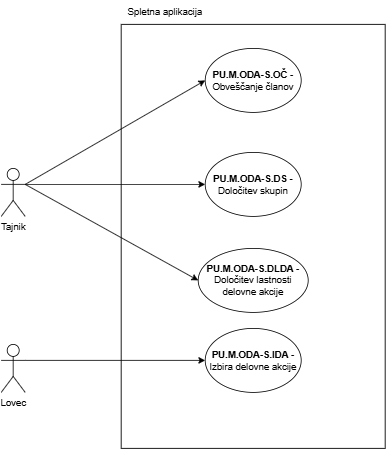
Earlier version of the draw.io export Organiziranje delovnih akcij-Spletna aplikacija.drawio.png (ErnestISv/Lovstvo). Source tidied: cells renumbered, new cells last; positions are measured from the earlier drawing's top-left corner, leaving out a move shared by most shapes. Source of this version:
```xml
<mxGraphModel>
  <root>
    <mxCell id="0" />
    <mxCell id="1" parent="0" />
    <mxCell id="2" style="rounded=0;whiteSpace=wrap;html=1;" parent="1" vertex="1">
      <mxGeometry x="150" y="30" width="330" height="530" as="geometry" />
    </mxCell>
    <mxCell id="3" value="Spletna aplikacija" style="text;html=1;align=center;verticalAlign=middle;whiteSpace=wrap;rounded=0;" parent="1" vertex="1">
      <mxGeometry x="150" width="110" height="30" as="geometry" />
    </mxCell>
    <mxCell id="4" value="&lt;b&gt;PU.M.ODA-S.IDA -&lt;/b&gt; Izbira delovne akcije" style="ellipse;whiteSpace=wrap;html=1;" parent="1" vertex="1">
      <mxGeometry x="255" y="410" width="120" height="80" as="geometry" />
    </mxCell>
    <mxCell id="5" value="&lt;b&gt;PU.M.ODA-S.DLDA -&lt;/b&gt; Določitev lastnosti delovne akcije" style="ellipse;whiteSpace=wrap;html=1;" parent="1" vertex="1">
      <mxGeometry x="246.2" y="310" width="137.5" height="80" as="geometry" />
    </mxCell>
    <mxCell id="6" value="&lt;b&gt;PU.M.ODA-S.DS -&lt;/b&gt; Določitev skupin" style="ellipse;whiteSpace=wrap;html=1;" parent="1" vertex="1">
      <mxGeometry x="255" y="190" width="120" height="80" as="geometry" />
    </mxCell>
    <mxCell id="7" value="&lt;b&gt;PU.M.ODA-S.OČ -&lt;/b&gt; Obveščanje članov" style="ellipse;whiteSpace=wrap;html=1;" parent="1" vertex="1">
      <mxGeometry x="255" y="60" width="120" height="80" as="geometry" />
    </mxCell>
    <mxCell id="8" value="Lovec" style="shape=umlActor;verticalLabelPosition=bottom;verticalAlign=top;html=1;outlineConnect=0;" parent="1" vertex="1">
      <mxGeometry y="430" width="30" height="60" as="geometry" />
    </mxCell>
    <mxCell id="9" style="endArrow=classic;html=1;rounded=0;exitX=1;exitY=0.3333333333333333;exitDx=0;exitDy=0;exitPerimeter=0;entryX=0;entryY=0.5;entryDx=0;entryDy=0;" parent="1" edge="1" source="8" target="4">
      <mxGeometry relative="1" as="geometry" />
    </mxCell>
    <mxCell id="10" value="Tajnik" style="shape=umlActor;verticalLabelPosition=bottom;verticalAlign=top;html=1;outlineConnect=0;" parent="1" vertex="1">
      <mxGeometry y="210" width="30" height="60" as="geometry" />
    </mxCell>
    <mxCell id="11" style="endArrow=classic;html=1;rounded=0;exitX=1;exitY=0.3333333333333333;exitDx=0;exitDy=0;exitPerimeter=0;entryX=0;entryY=0.5;entryDx=0;entryDy=0;" parent="1" edge="1" source="10" target="7">
      <mxGeometry relative="1" as="geometry" />
    </mxCell>
    <mxCell id="12" style="endArrow=classic;html=1;rounded=0;exitX=1;exitY=0.3333333333333333;exitDx=0;exitDy=0;exitPerimeter=0;entryX=0;entryY=0.5;entryDx=0;entryDy=0;" parent="1" edge="1" source="10" target="6">
      <mxGeometry relative="1" as="geometry" />
    </mxCell>
    <mxCell id="13" style="endArrow=classic;html=1;rounded=0;exitX=1;exitY=0.3333333333333333;exitDx=0;exitDy=0;exitPerimeter=0;entryX=0;entryY=0.5;entryDx=0;entryDy=0;" parent="1" edge="1" source="10" target="5">
      <mxGeometry relative="1" as="geometry" />
    </mxCell>
  </root>
</mxGraphModel>
```
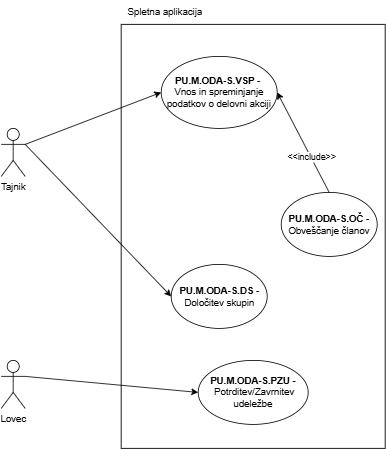
Above is the later version.

Diff of the diagram source:
```diff
@@ -8,35 +8,38 @@
     <mxCell id="3" value="Spletna aplikacija" style="text;html=1;align=center;verticalAlign=middle;whiteSpace=wrap;rounded=0;" parent="1" vertex="1">
       <mxGeometry x="150" width="110" height="30" as="geometry" />
     </mxCell>
-    <mxCell id="4" value="&lt;b&gt;PU.M.ODA-S.IDA -&lt;/b&gt; Izbira delovne akcije" style="ellipse;whiteSpace=wrap;html=1;" parent="1" vertex="1">
-      <mxGeometry x="255" y="410" width="120" height="80" as="geometry" />
+    <mxCell id="4" value="&lt;b&gt;PU.M.ODA-S.VSP -&amp;nbsp;&lt;/b&gt;&lt;div&gt;Vnos in spreminjanje podatkov o delovni akciji&lt;/div&gt;" style="ellipse;whiteSpace=wrap;html=1;" parent="1" vertex="1">
+      <mxGeometry x="200" y="70" width="145" height="90" as="geometry" />
     </mxCell>
-    <mxCell id="5" value="&lt;b&gt;PU.M.ODA-S.DLDA -&lt;/b&gt; Določitev lastnosti delovne akcije" style="ellipse;whiteSpace=wrap;html=1;" parent="1" vertex="1">
-      <mxGeometry x="246.2" y="310" width="137.5" height="80" as="geometry" />
+    <mxCell id="5" value="&lt;b&gt;PU.M.ODA-S.PZU -&lt;/b&gt;&amp;nbsp;Potrditev/Zavrnitev udeležbe" style="ellipse;whiteSpace=wrap;html=1;" parent="1" vertex="1">
+      <mxGeometry x="246.2" y="450" width="137.5" height="80" as="geometry" />
     </mxCell>
     <mxCell id="6" value="&lt;b&gt;PU.M.ODA-S.DS -&lt;/b&gt; Določitev skupin" style="ellipse;whiteSpace=wrap;html=1;" parent="1" vertex="1">
-      <mxGeometry x="255" y="190" width="120" height="80" as="geometry" />
+      <mxGeometry x="212.5" y="330" width="120" height="80" as="geometry" />
     </mxCell>
     <mxCell id="7" value="&lt;b&gt;PU.M.ODA-S.OČ -&lt;/b&gt; Obveščanje članov" style="ellipse;whiteSpace=wrap;html=1;" parent="1" vertex="1">
-      <mxGeometry x="255" y="60" width="120" height="80" as="geometry" />
+      <mxGeometry x="350" y="240" width="120" height="80" as="geometry" />
     </mxCell>
-    <mxCell id="8" value="Lovec" style="shape=umlActor;verticalLabelPosition=bottom;verticalAlign=top;html=1;outlineConnect=0;" parent="1" vertex="1">
-      <mxGeometry y="430" width="30" height="60" as="geometry" />
-    </mxCell>
-    <mxCell id="9" style="endArrow=classic;html=1;rounded=0;exitX=1;exitY=0.3333333333333333;exitDx=0;exitDy=0;exitPerimeter=0;entryX=0;entryY=0.5;entryDx=0;entryDy=0;" parent="1" edge="1" source="8" target="4">
+    <mxCell id="9" style="endArrow=classic;html=1;rounded=0;exitX=1;exitY=0.3333333333333333;exitDx=0;exitDy=0;exitPerimeter=0;entryX=0;entryY=0.5;entryDx=0;entryDy=0;" parent="1" edge="1" source="10" target="4">
       <mxGeometry relative="1" as="geometry" />
     </mxCell>
     <mxCell id="10" value="Tajnik" style="shape=umlActor;verticalLabelPosition=bottom;verticalAlign=top;html=1;outlineConnect=0;" parent="1" vertex="1">
-      <mxGeometry y="210" width="30" height="60" as="geometry" />
+      <mxGeometry y="160" width="30" height="60" as="geometry" />
     </mxCell>
-    <mxCell id="11" style="endArrow=classic;html=1;rounded=0;exitX=1;exitY=0.3333333333333333;exitDx=0;exitDy=0;exitPerimeter=0;entryX=0;entryY=0.5;entryDx=0;entryDy=0;" parent="1" edge="1" source="10" target="7">
+    <mxCell id="11" style="endArrow=classic;html=1;rounded=0;entryX=1;entryY=0.5;entryDx=0;entryDy=0;exitX=0.5;exitY=0;exitDx=0;exitDy=0;" parent="1" edge="1" source="7" target="4">
       <mxGeometry relative="1" as="geometry" />
     </mxCell>
+    <mxCell id="14" value="&amp;lt;&amp;lt;include&amp;gt;&amp;gt;" style="edgeLabel;html=1;align=center;verticalAlign=middle;" parent="11" vertex="1">
+      <mxGeometry x="-0.29" y="-1" relative="1" as="geometry" />
+    </mxCell>
     <mxCell id="12" style="endArrow=classic;html=1;rounded=0;exitX=1;exitY=0.3333333333333333;exitDx=0;exitDy=0;exitPerimeter=0;entryX=0;entryY=0.5;entryDx=0;entryDy=0;" parent="1" edge="1" source="10" target="6">
       <mxGeometry relative="1" as="geometry" />
     </mxCell>
-    <mxCell id="13" style="endArrow=classic;html=1;rounded=0;exitX=1;exitY=0.3333333333333333;exitDx=0;exitDy=0;exitPerimeter=0;entryX=0;entryY=0.5;entryDx=0;entryDy=0;" parent="1" edge="1" source="10" target="5">
+    <mxCell id="13" style="endArrow=classic;html=1;rounded=0;entryX=0;entryY=0.5;entryDx=0;entryDy=0;exitX=1;exitY=0.3333333333333333;exitDx=0;exitDy=0;exitPerimeter=0;" parent="1" edge="1" source="8" target="5">
       <mxGeometry relative="1" as="geometry" />
     </mxCell>
+    <mxCell id="8" value="Lovec" style="shape=umlActor;verticalLabelPosition=bottom;verticalAlign=top;html=1;outlineConnect=0;" parent="1" vertex="1">
+      <mxGeometry y="450" width="30" height="60" as="geometry" />
+    </mxCell>
   </root>
 </mxGraphModel>
```
